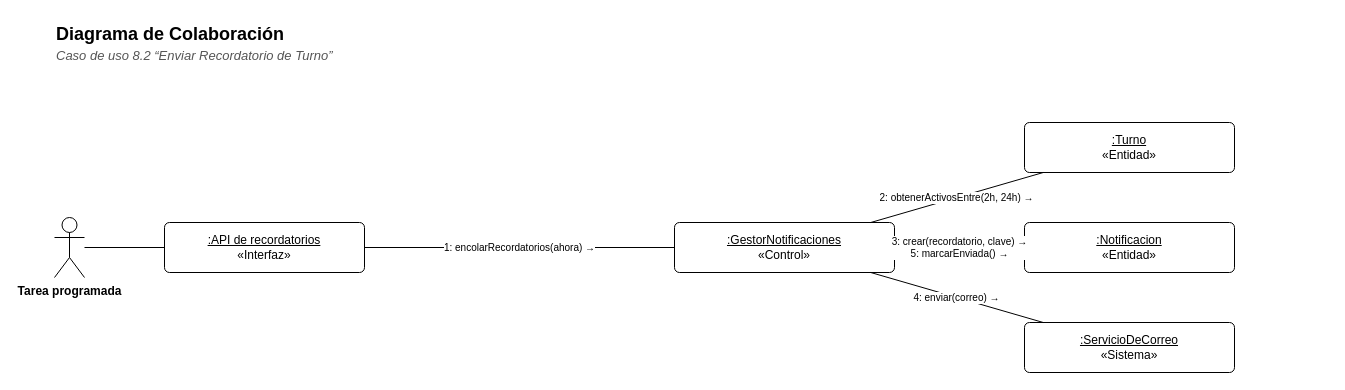
Above: docs/diagramas/colaboracion-8-2.drawio in Matiglorioso/kineturnos (draw.io), before the change. Source tidied: cells renumbered, new cells numbered last; positions are measured from the earlier drawing's top-left corner, leaving out a move shared by most shapes. Both pictures are drawn from the tidied source at 100%, with x=0, y=0 at pixel (54, 17).
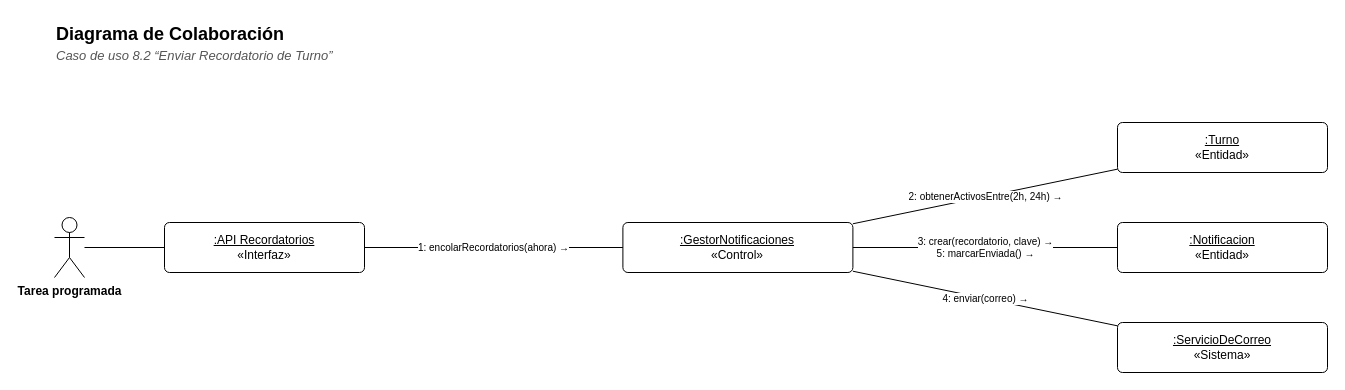
The same diagram, later.

The edit, as a diff of the source:
```diff
@@
 <mxGraphModel background="#FFFFFF">
   <root>
     <mxCell id="0" />
     <mxCell id="1" parent="0" />
     <mxCell id="2" value="&lt;b&gt;Diagrama de Colaboración&lt;/b&gt;" style="text;html=1;strokeColor=none;fillColor=none;align=left;verticalAlign=top;whiteSpace=wrap;fontFamily=Helvetica;fontSize=18;" parent="1" vertex="1">
       <mxGeometry width="900" height="26" as="geometry" />
     </mxCell>
     <mxCell id="3" value="&lt;i&gt;Caso de uso 8.2 “Enviar Recordatorio de Turno”&lt;/i&gt;" style="text;html=1;strokeColor=none;fillColor=none;align=left;verticalAlign=top;whiteSpace=wrap;fontFamily=Helvetica;fontSize=13;fontColor=#555555;" parent="1" vertex="1">
       <mxGeometry y="24" width="900" height="20" as="geometry" />
     </mxCell>
     <mxCell id="4" value="Tarea programada" style="shape=umlActor;verticalLabelPosition=bottom;verticalAlign=top;html=1;outlineConnect=0;fillColor=#FFFFFF;strokeColor=#000000;fontFamily=Helvetica;fontSize=12;fontStyle=1;" parent="1" vertex="1">
       <mxGeometry y="200" width="30" height="60" as="geometry" />
     </mxCell>
-    <mxCell id="5" value="&lt;u&gt;:API de recordatorios&lt;/u&gt;&lt;br&gt;«Interfaz»" style="rounded=0;whiteSpace=wrap;html=1;fillColor=#FFFFFF;strokeColor=#000000;fontFamily=Helvetica;fontSize=12;rounded=1;arcSize=10;" parent="1" vertex="1">
+    <mxCell id="5" value="&lt;u&gt;:API Recordatorios&lt;/u&gt;&lt;br&gt;«Interfaz»" style="rounded=0;whiteSpace=wrap;html=1;fillColor=#FFFFFF;strokeColor=#000000;fontFamily=Helvetica;fontSize=12;rounded=1;arcSize=10;" parent="1" vertex="1">
       <mxGeometry x="110" y="205" width="200" height="50" as="geometry" />
     </mxCell>
     <mxCell id="6" value="&lt;u&gt;:GestorNotificaciones&lt;/u&gt;&lt;br&gt;«Control»" style="rounded=0;whiteSpace=wrap;html=1;fillColor=#FFFFFF;strokeColor=#000000;fontFamily=Helvetica;fontSize=12;rounded=1;arcSize=10;" parent="1" vertex="1">
-      <mxGeometry x="620" y="205" width="220" height="50" as="geometry" />
+      <mxGeometry x="568.4" y="205" width="230" height="50" as="geometry" />
     </mxCell>
     <mxCell id="7" value="&lt;u&gt;:Turno&lt;/u&gt;&lt;br&gt;«Entidad»" style="rounded=0;whiteSpace=wrap;html=1;fillColor=#FFFFFF;strokeColor=#000000;fontFamily=Helvetica;fontSize=12;rounded=1;arcSize=10;" parent="1" vertex="1">
-      <mxGeometry x="970" y="105" width="210" height="50" as="geometry" />
+      <mxGeometry x="1063" y="105" width="210" height="50" as="geometry" />
     </mxCell>
     <mxCell id="8" value="&lt;u&gt;:Notificacion&lt;/u&gt;&lt;br&gt;«Entidad»" style="rounded=0;whiteSpace=wrap;html=1;fillColor=#FFFFFF;strokeColor=#000000;fontFamily=Helvetica;fontSize=12;rounded=1;arcSize=10;" parent="1" vertex="1">
-      <mxGeometry x="970" y="205" width="210" height="50" as="geometry" />
+      <mxGeometry x="1063" y="205" width="210" height="50" as="geometry" />
     </mxCell>
     <mxCell id="9" value="&lt;u&gt;:ServicioDeCorreo&lt;/u&gt;&lt;br&gt;«Sistema»" style="rounded=0;whiteSpace=wrap;html=1;fillColor=#FFFFFF;strokeColor=#000000;fontFamily=Helvetica;fontSize=12;rounded=1;arcSize=10;" parent="1" vertex="1">
-      <mxGeometry x="970" y="305" width="210" height="50" as="geometry" />
+      <mxGeometry x="1063" y="305" width="210" height="50" as="geometry" />
     </mxCell>
     <mxCell id="10" style="edgeStyle=none;html=1;endArrow=none;endFill=0;strokeColor=#000000;fontFamily=Helvetica;fontSize=11;labelBackgroundColor=#FFFFFF;" parent="1" edge="1" source="4" target="5">
       <mxGeometry relative="1" as="geometry" />
     </mxCell>
     <mxCell id="11" value="1: encolarRecordatorios(ahora) →" style="edgeStyle=none;html=1;endArrow=none;endFill=0;strokeColor=#000000;fontFamily=Helvetica;fontSize=11;labelBackgroundColor=#FFFFFF;fontSize=10;" parent="1" edge="1" source="6" target="5">
       <mxGeometry relative="1" as="geometry" />
     </mxCell>
     <mxCell id="12" value="2: obtenerActivosEntre(2h, 24h) →" style="edgeStyle=none;html=1;endArrow=none;endFill=0;strokeColor=#000000;fontFamily=Helvetica;fontSize=11;labelBackgroundColor=#FFFFFF;fontSize=10;" parent="1" edge="1" source="7" target="6">
       <mxGeometry relative="1" as="geometry" />
     </mxCell>
     <mxCell id="13" value="3: crear(recordatorio, clave) →&lt;br&gt;5: marcarEnviada() →" style="edgeStyle=none;html=1;endArrow=none;endFill=0;strokeColor=#000000;fontFamily=Helvetica;fontSize=11;labelBackgroundColor=#FFFFFF;fontSize=10;" parent="1" edge="1" source="8" target="6">
       <mxGeometry relative="1" as="geometry" />
     </mxCell>
     <mxCell id="14" value="4: enviar(correo) →" style="edgeStyle=none;html=1;endArrow=none;endFill=0;strokeColor=#000000;fontFamily=Helvetica;fontSize=11;labelBackgroundColor=#FFFFFF;fontSize=10;" parent="1" edge="1" source="9" target="6">
       <mxGeometry relative="1" as="geometry" />
     </mxCell>
   </root>
 </mxGraphModel>
```
